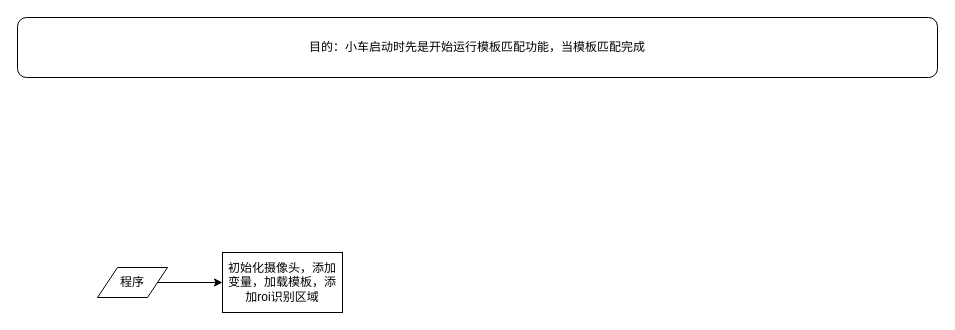
Before: 模板匹配+巡线.drawio in mlhua/hua, a draw.io diagram. Source tidied: cells renumbered, new cells numbered last; positions are measured from the earlier drawing's top-left corner, leaving out a move shared by most shapes. Both pictures are drawn from the tidied source at 100%, with x=0, y=0 at pixel (17, 17).
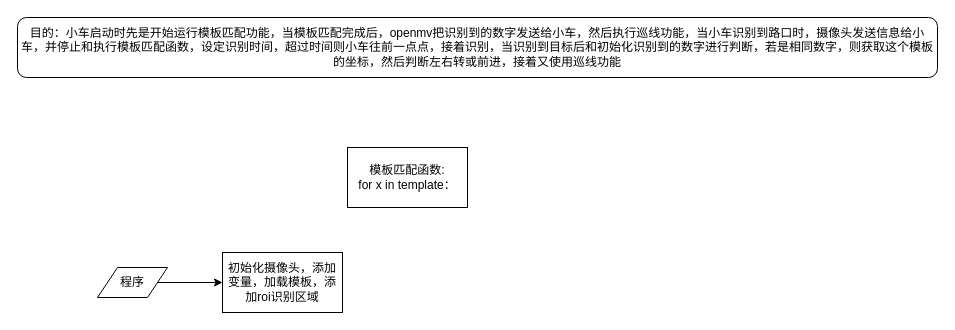
The same page after the edit.

Commit message (it also covers changes not shown here):
更新模板匹配+巡线.drawio

What changed in the source:
```diff
@@
 <mxGraphModel>
   <root>
     <mxCell id="0" />
     <mxCell id="1" parent="0" />
     <mxCell id="2" style="edgeStyle=orthogonalEdgeStyle;rounded=0;jettySize=auto;html=1;" parent="1" edge="1" source="3" target="4">
       <mxGeometry relative="1" as="geometry" />
     </mxCell>
     <mxCell id="3" value="程序" style="shape=parallelogram;perimeter=parallelogramPerimeter;whiteSpace=wrap;html=1;fixedSize=1;" parent="1" vertex="1">
       <mxGeometry x="80" y="250" width="70" height="30" as="geometry" />
     </mxCell>
     <mxCell id="4" value="初始化摄像头，添加变量，加载模板，添加roi识别区域" style="whiteSpace=wrap;html=1;" parent="1" vertex="1">
       <mxGeometry x="205" y="235" width="120" height="60" as="geometry" />
     </mxCell>
-    <mxCell id="5" value="目的：小车启动时先是开始运行模板匹配功能，当模板匹配完成" style="rounded=1;whiteSpace=wrap;html=1;" parent="1" vertex="1">
+    <mxCell id="5" value="目的：小车启动时先是开始运行模板匹配功能，当模板匹配完成后，openmv把识别到的数字发送给小车，然后执行巡线功能，当小车识别到路口时，摄像头发送信息给小车，并停止和执行模板匹配函数，设定识别时间，超过时间则小车往前一点点，接着识别，当识别到目标后和初始化识别到的数字进行判断，若是相同数字，则获取这个模板的坐标，然后判断左右转或前进，接着又使用巡线功能" style="rounded=1;whiteSpace=wrap;html=1;" parent="1" vertex="1">
       <mxGeometry width="920" height="60" as="geometry" />
     </mxCell>
+    <mxCell id="6" value="模板匹配函数:&lt;br&gt;for x in template：&lt;br&gt;" style="rounded=0;whiteSpace=wrap;html=1;" parent="1" vertex="1">
+      <mxGeometry x="330" y="130" width="120" height="60" as="geometry" />
+    </mxCell>
   </root>
 </mxGraphModel>
```
